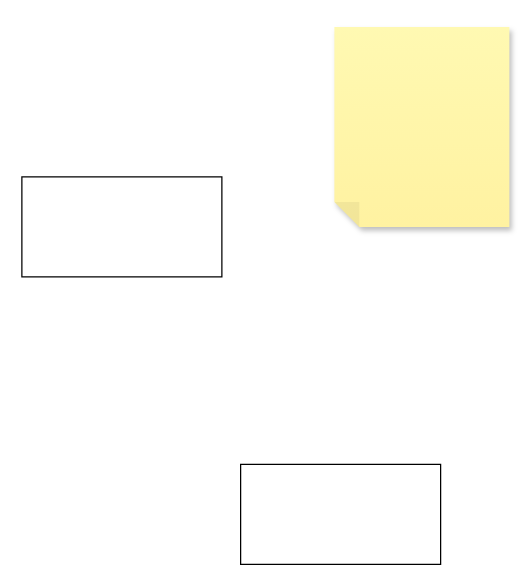
Earlier version of the draw.io diagram test_design.drawio (tetracilin/tetracilin.github.io). Source tidied: cells renumbered, new cells numbered last; positions are measured from the earlier drawing's top-left corner, leaving out a move shared by most shapes. Both pictures are drawn from the tidied source at 125%, with x=0, y=0 at pixel (21, 26).
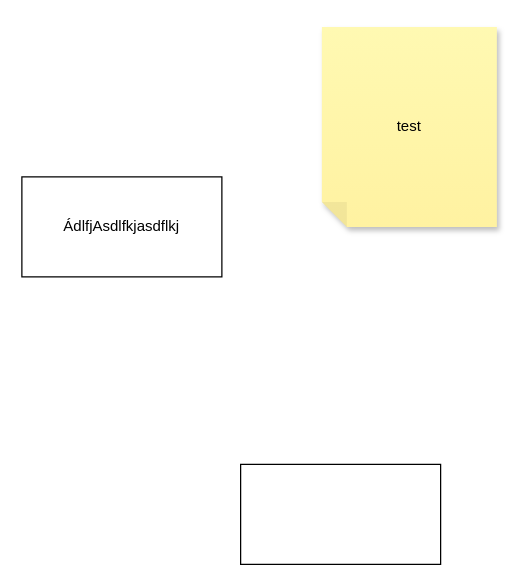
The same page after the edit.

Change to the diagram source:
```diff
@@
 <mxGraphModel>
   <root>
     <mxCell id="0" />
     <mxCell id="1" parent="0" />
-    <mxCell id="2" style="rounded=0;whiteSpace=wrap;html=1;" parent="1" vertex="1">
+    <mxCell id="2" value="ÁdlfjAsdlfkjasdflkj" style="rounded=0;whiteSpace=wrap;html=1;" parent="1" vertex="1">
       <mxGeometry y="120" width="160" height="80" as="geometry" />
     </mxCell>
     <mxCell id="3" style="rounded=0;whiteSpace=wrap;html=1;" parent="1" vertex="1">
       <mxGeometry x="175" y="350" width="160" height="80" as="geometry" />
     </mxCell>
-    <mxCell id="4" style="shape=note;whiteSpace=wrap;html=1;backgroundOutline=1;fontColor=#000000;darkOpacity=0.05;fillColor=#FFF9B2;strokeColor=none;fillStyle=solid;direction=west;gradientDirection=north;gradientColor=#FFF2A1;shadow=1;size=20;" parent="1" vertex="1">
-      <mxGeometry x="250" width="140" height="160" as="geometry" />
+    <mxCell id="4" value="test" style="shape=note;whiteSpace=wrap;html=1;backgroundOutline=1;fontColor=#000000;darkOpacity=0.05;fillColor=#FFF9B2;strokeColor=none;fillStyle=solid;direction=west;gradientDirection=north;gradientColor=#FFF2A1;shadow=1;size=20;" parent="1" vertex="1">
+      <mxGeometry x="240" width="140" height="160" as="geometry" />
     </mxCell>
   </root>
 </mxGraphModel>
```
